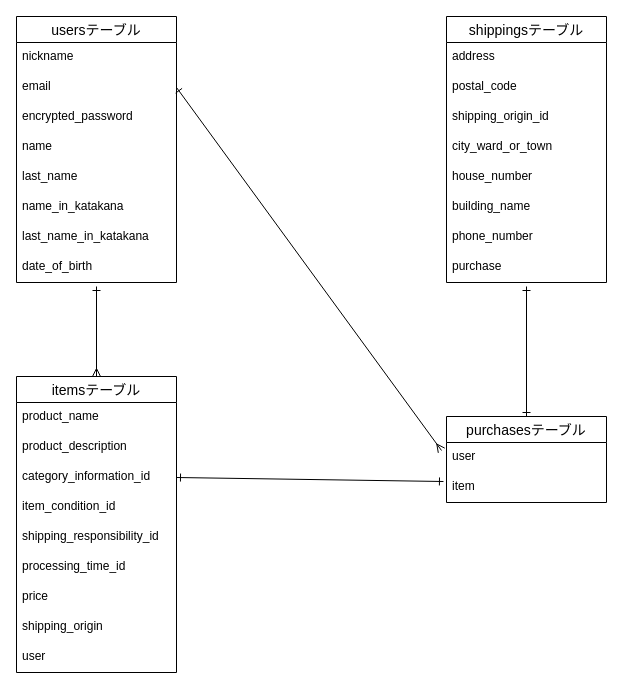
Above: furima.dio in kaiho0319/furima-39419 (draw.io), before the change. Source tidied: cells renumbered, new cells numbered last; positions are measured from the earlier drawing's top-left corner, leaving out a move shared by most shapes. Both pictures are drawn from the tidied source at 100%, with x=0, y=0 at pixel (16, 16).
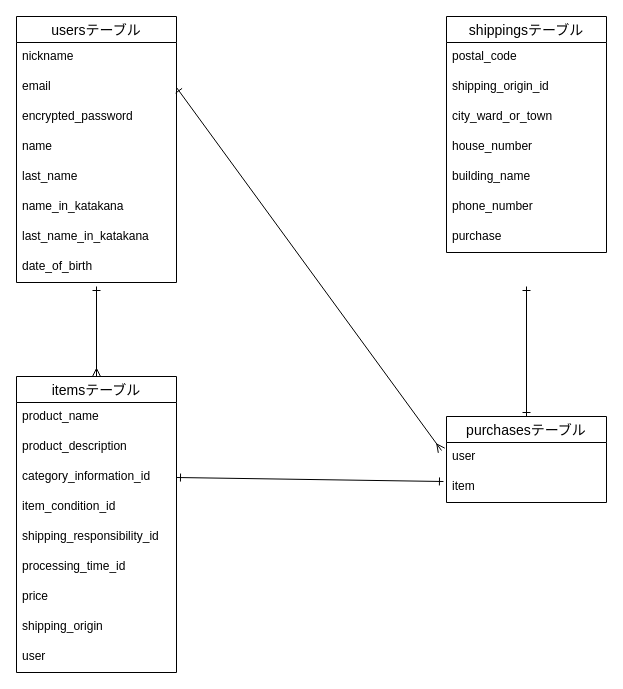
Above is the later version.

Commit message (it also covers changes not shown here):
データーベース設計修正

What changed in the source:
```diff
@@
     <mxCell id="21" value="shippingsテーブル" style="swimlane;fontStyle=0;horizontal=1;startSize=26;align=center;fontSize=14;" parent="1" vertex="1">
-      <mxGeometry x="430" width="160" height="266" as="geometry" />
+      <mxGeometry x="430" width="160" height="236" as="geometry" />
     </mxCell>
-    <mxCell id="22" value="address" style="text;strokeColor=none;fillColor=none;spacingLeft=4;spacingRight=4;overflow=hidden;fontSize=12;" parent="21" vertex="1">
-      <mxGeometry y="26" width="160" height="30" as="geometry" />
-    </mxCell>
     <mxCell id="23" value="postal_code" style="text;strokeColor=none;fillColor=none;spacingLeft=4;spacingRight=4;overflow=hidden;fontSize=12;" parent="21" vertex="1">
-      <mxGeometry y="56" width="160" height="30" as="geometry" />
+      <mxGeometry y="26" width="160" height="30" as="geometry" />
     </mxCell>
     <mxCell id="24" value="shipping_origin_id" style="text;strokeColor=none;fillColor=none;spacingLeft=4;spacingRight=4;overflow=hidden;fontSize=12;" parent="21" vertex="1">
-      <mxGeometry y="86" width="160" height="30" as="geometry" />
+      <mxGeometry y="56" width="160" height="30" as="geometry" />
     </mxCell>
     <mxCell id="25" value="city_ward_or_town" style="text;strokeColor=none;fillColor=none;spacingLeft=4;spacingRight=4;overflow=hidden;fontSize=12;" parent="21" vertex="1">
-      <mxGeometry y="116" width="160" height="30" as="geometry" />
+      <mxGeometry y="86" width="160" height="30" as="geometry" />
     </mxCell>
     <mxCell id="26" value="house_number" style="text;strokeColor=none;fillColor=none;spacingLeft=4;spacingRight=4;overflow=hidden;fontSize=12;" parent="21" vertex="1">
-      <mxGeometry y="146" width="160" height="30" as="geometry" />
+      <mxGeometry y="116" width="160" height="30" as="geometry" />
     </mxCell>
     <mxCell id="27" value="building_name" style="text;strokeColor=none;fillColor=none;spacingLeft=4;spacingRight=4;overflow=hidden;fontSize=12;" parent="21" vertex="1">
-      <mxGeometry y="176" width="160" height="30" as="geometry" />
+      <mxGeometry y="146" width="160" height="30" as="geometry" />
     </mxCell>
     <mxCell id="28" value="phone_number&#10;&#10;" style="text;strokeColor=none;fillColor=none;spacingLeft=4;spacingRight=4;overflow=hidden;fontSize=12;" parent="21" vertex="1">
-      <mxGeometry y="206" width="160" height="30" as="geometry" />
+      <mxGeometry y="176" width="160" height="30" as="geometry" />
     </mxCell>
     <mxCell id="29" value="purchase" style="text;strokeColor=none;fillColor=none;spacingLeft=4;spacingRight=4;overflow=hidden;fontSize=12;" parent="21" vertex="1">
-      <mxGeometry y="236" width="160" height="30" as="geometry" />
+      <mxGeometry y="206" width="160" height="30" as="geometry" />
     </mxCell>
```
